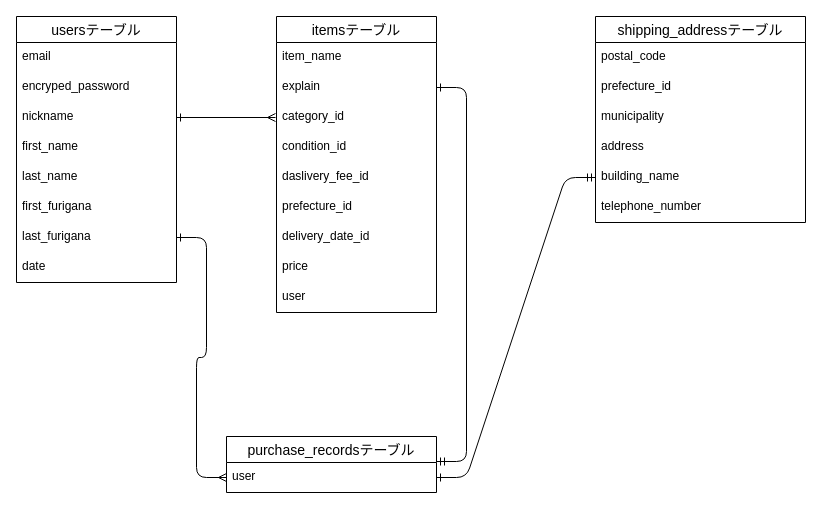
Above: test.dio in nbnbshsh/furima-35229 (draw.io), before the change. Source tidied: cells renumbered, new cells numbered last; positions are measured from the earlier drawing's top-left corner, leaving out a move shared by most shapes. Both pictures are drawn from the tidied source at 100%, with x=0, y=0 at pixel (16, 16).
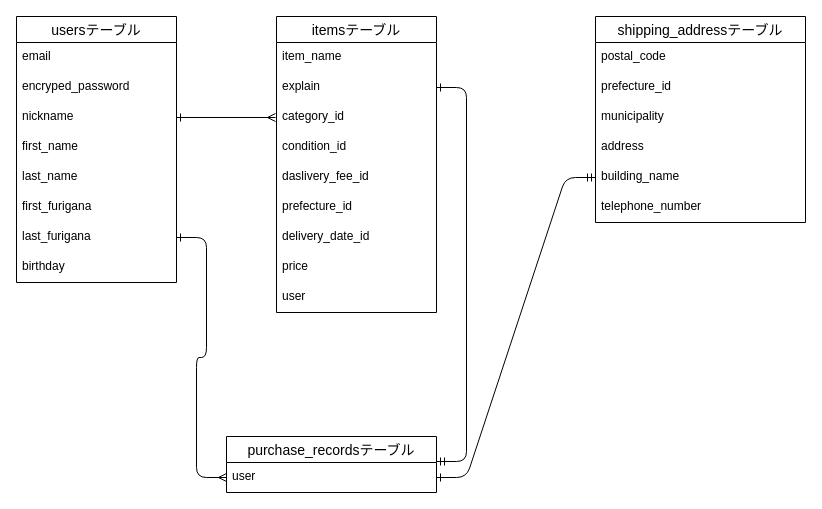
Above is the later version.

Unchanged cells that the change refers to:
```xml
<mxCell id="2" value="usersテーブル" style="swimlane;fontStyle=0;horizontal=1;startSize=26;align=center;fontSize=14;" parent="1" vertex="1">
  <mxGeometry width="160" height="266" as="geometry" />
</mxCell>
```

Diff of the diagram source:
```diff
@@
-    <mxCell id="10" value="date" style="text;strokeColor=none;fillColor=none;spacingLeft=4;spacingRight=4;overflow=hidden;fontSize=12;" parent="2" vertex="1">
+    <mxCell id="10" value="birthday" style="text;strokeColor=none;fillColor=none;spacingLeft=4;spacingRight=4;overflow=hidden;fontSize=12;" parent="2" vertex="1">
       <mxGeometry y="236" width="160" height="30" as="geometry" />
     </mxCell>
```
